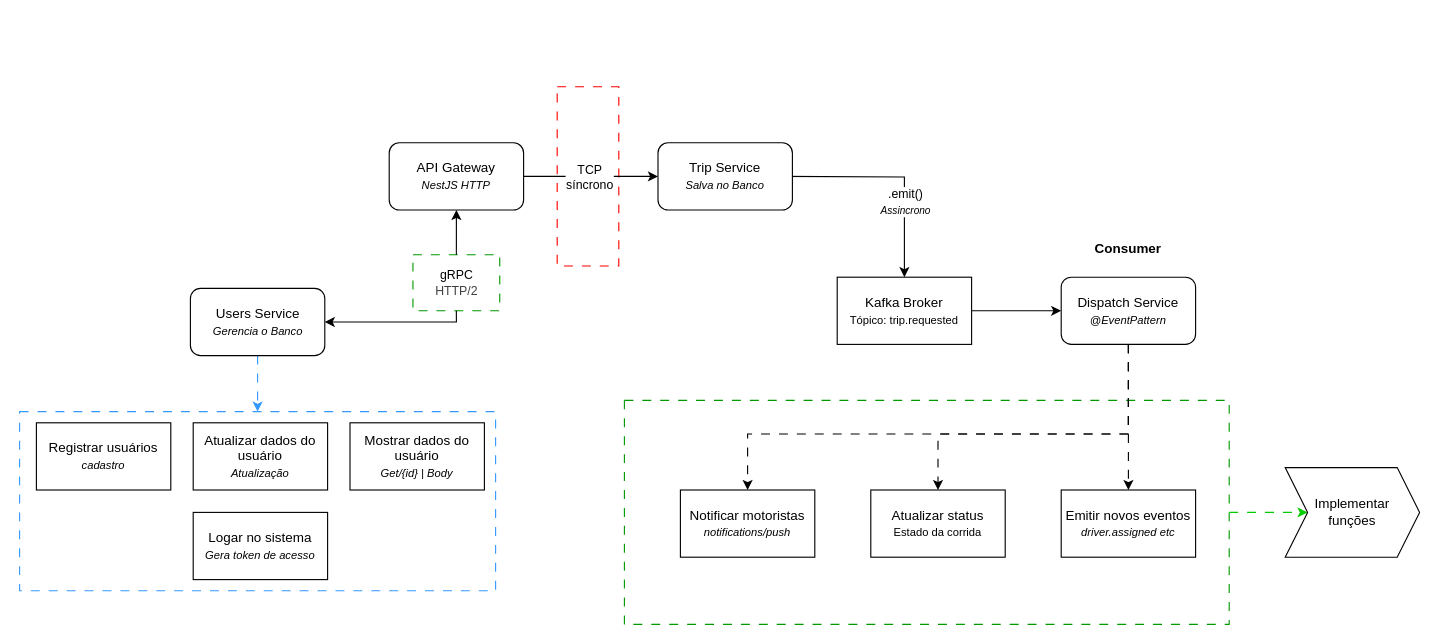
This is trip.requested.drawio from MathVans/Uber_Microsservices, a draw.io file, before an edit. Source tidied: cells renumbered, new cells numbered last; positions are measured from the earlier drawing's top-left corner, leaving out a move shared by most shapes. Both pictures are drawn from the tidied source at 112%, with x=0, y=0 at pixel (19, 86).
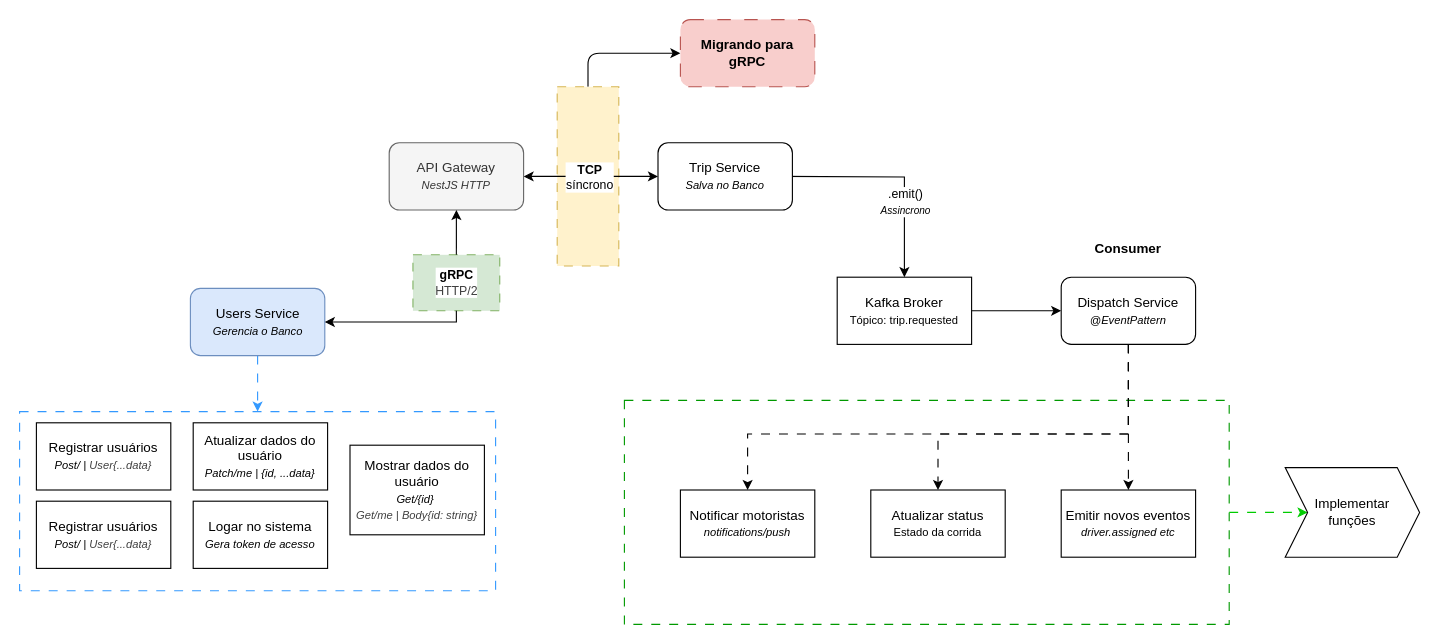
Above is the later version.

Commit message:
refactor(trip): atualizar diagrama para refletir mudanças na migração para gRPC

The change refers to these unchanged cells:
```xml
<mxCell id="13" value="Trip Service&lt;div&gt;&lt;i&gt;&lt;font style=&quot;font-size: 10px;&quot;&gt;Salva no Banco&lt;/font&gt;&lt;/i&gt;&lt;/div&gt;" style="rounded=1;whiteSpace=wrap;html=1;" parent="1" vertex="1">
  <mxGeometry x="570" y="50" width="120" height="60" as="geometry" />
</mxCell>
```

The edit, as a diff of the source:
```diff
@@
-    <mxCell id="2" style="rounded=0;whiteSpace=wrap;html=1;fillColor=none;dashed=1;dashPattern=8 8;shadow=0;glass=0;perimeterSpacing=0;strokeColor=light-dark(#009900,#FF0000);" parent="1" vertex="1">
+    <mxCell id="2" style="rounded=0;whiteSpace=wrap;html=1;fillColor=#d5e8d4;dashed=1;dashPattern=8 8;shadow=0;glass=0;perimeterSpacing=0;strokeColor=#82b366;" parent="1" vertex="1">
       <mxGeometry x="351.2" y="150" width="77.5" height="50" as="geometry" />
     </mxCell>
@@
+    <mxCell id="32" style="edgeStyle=orthogonalEdgeStyle;html=1;exitX=0.5;exitY=0;exitDx=0;exitDy=0;" parent="1" edge="1" source="4" target="33">
+      <mxGeometry relative="1" as="geometry" />
+    </mxCell>
-    <mxCell id="4" style="rounded=0;whiteSpace=wrap;html=1;fillColor=none;dashed=1;dashPattern=8 8;shadow=0;glass=0;perimeterSpacing=0;strokeColor=light-dark(#FF0000,#FF0000);" parent="1" vertex="1">
+    <mxCell id="4" style="rounded=0;whiteSpace=wrap;html=1;fillColor=#fff2cc;dashed=1;dashPattern=8 8;shadow=0;glass=0;perimeterSpacing=0;strokeColor=#d6b656;" parent="1" vertex="1">
       <mxGeometry x="480" width="55" height="160" as="geometry" />
     </mxCell>
@@
-    <mxCell id="6" style="edgeStyle=orthogonalEdgeStyle;rounded=0;jettySize=auto;html=1;exitX=1;exitY=0.5;exitDx=0;exitDy=0;entryX=0;entryY=0.5;entryDx=0;entryDy=0;" parent="1" edge="1" source="8" target="13">
+    <mxCell id="6" style="edgeStyle=orthogonalEdgeStyle;rounded=0;jettySize=auto;html=1;exitX=1;exitY=0.5;exitDx=0;exitDy=0;entryX=0;entryY=0.5;entryDx=0;entryDy=0;startArrow=classic;startFill=1;" parent="1" edge="1" source="8" target="13">
       <mxGeometry relative="1" as="geometry" />
     </mxCell>
-    <mxCell id="7" value="TCP&lt;div&gt;síncrono&lt;/div&gt;" style="edgeLabel;html=1;align=center;verticalAlign=middle;" parent="6" vertex="1">
+    <mxCell id="7" value="&lt;b&gt;TCP&lt;/b&gt;&lt;div&gt;síncrono&lt;/div&gt;" style="edgeLabel;html=1;align=center;verticalAlign=middle;" parent="6" vertex="1">
       <mxGeometry x="-0.03" relative="1" as="geometry" />
     </mxCell>
-    <mxCell id="8" value="API Gateway&lt;div&gt;&lt;i&gt;&lt;font style=&quot;font-size: 10px;&quot;&gt;NestJS HTTP&lt;/font&gt;&lt;/i&gt;&lt;/div&gt;" style="rounded=1;whiteSpace=wrap;html=1;" parent="1" vertex="1">
+    <mxCell id="8" value="API Gateway&lt;div&gt;&lt;i&gt;&lt;font style=&quot;font-size: 10px;&quot;&gt;NestJS HTTP&lt;/font&gt;&lt;/i&gt;&lt;/div&gt;" style="rounded=1;whiteSpace=wrap;html=1;fillColor=#f5f5f5;fontColor=#333333;strokeColor=#666666;" parent="1" vertex="1">
       <mxGeometry x="330" y="50" width="120" height="60" as="geometry" />
     </mxCell>
@@
-    <mxCell id="25" value="Users Service&lt;div&gt;&lt;i&gt;&lt;font style=&quot;font-size: 10px;&quot;&gt;Gerencia o Banco&lt;/font&gt;&lt;/i&gt;&lt;/div&gt;" style="rounded=1;whiteSpace=wrap;html=1;" parent="1" vertex="1">
+    <mxCell id="25" value="Users Service&lt;div&gt;&lt;i&gt;&lt;font style=&quot;font-size: 10px;&quot;&gt;Gerencia o Banco&lt;/font&gt;&lt;/i&gt;&lt;/div&gt;" style="rounded=1;whiteSpace=wrap;html=1;fillColor=#dae8fc;strokeColor=#6c8ebf;" parent="1" vertex="1">
       <mxGeometry x="152.5" y="180" width="120" height="60" as="geometry" />
     </mxCell>
-    <mxCell id="26" value="gRPC&lt;br&gt;&lt;div style=&quot;forced-color-adjust: none; color: rgb(63, 63, 63); scrollbar-color: rgb(226, 226, 226) rgb(251, 251, 251); font-family: Helvetica; font-size: 11px; font-style: normal; font-variant-ligatures: normal; font-variant-caps: normal; font-weight: 400; letter-spacing: normal; orphans: 2; text-align: center; text-indent: 0px; text-transform: none; widows: 2; word-spacing: 0px; -webkit-text-stroke-width: 0px; white-space: nowrap; text-decoration-thickness: initial; text-decoration-style: initial; text-decoration-color: initial;&quot;&gt;HTTP/2&lt;/div&gt;" style="endArrow=classic;html=1;exitX=0.5;exitY=1;exitDx=0;exitDy=0;entryX=1;entryY=0.5;entryDx=0;entryDy=0;edgeStyle=orthogonalEdgeStyle;elbow=horizontal;rounded=0;" parent="1" edge="1" source="2" target="25">
+    <mxCell id="26" value="&lt;b&gt;gRPC&lt;br&gt;&lt;/b&gt;&lt;div style=&quot;forced-color-adjust: none; color: rgb(63, 63, 63); scrollbar-color: rgb(226, 226, 226) rgb(251, 251, 251); font-family: Helvetica; font-size: 11px; font-style: normal; font-variant-ligatures: normal; font-variant-caps: normal; font-weight: 400; letter-spacing: normal; orphans: 2; text-align: center; text-indent: 0px; text-transform: none; widows: 2; word-spacing: 0px; -webkit-text-stroke-width: 0px; white-space: nowrap; text-decoration-thickness: initial; text-decoration-style: initial; text-decoration-color: initial;&quot;&gt;HTTP/2&lt;/div&gt;" style="endArrow=classic;html=1;exitX=0.5;exitY=1;exitDx=0;exitDy=0;entryX=1;entryY=0.5;entryDx=0;entryDy=0;edgeStyle=orthogonalEdgeStyle;elbow=horizontal;rounded=0;" parent="1" edge="1" source="2" target="25">
       <mxGeometry x="-1" y="25" relative="1" as="geometry">
         <mxPoint x="-25" y="-25" as="offset" />
       </mxGeometry>
     </mxCell>
-    <mxCell id="27" value="Registrar usuários&lt;br&gt;&lt;div&gt;&lt;i&gt;&lt;font style=&quot;font-size: 10px;&quot;&gt;cadastro&lt;/font&gt;&lt;/i&gt;&lt;/div&gt;" style="rounded=0;whiteSpace=wrap;html=1;" parent="1" vertex="1">
+    <mxCell id="27" value="Registrar usuários&lt;br&gt;&lt;div&gt;&lt;i&gt;&lt;font style=&quot;font-size: 10px;&quot;&gt;Post/ |&amp;nbsp;&lt;/font&gt;&lt;/i&gt;&lt;i style=&quot;background-color: transparent; color: rgb(63, 63, 63); scrollbar-color: rgb(226, 226, 226) rgb(251, 251, 251);&quot;&gt;&lt;font style=&quot;color: rgb(63, 63, 63); scrollbar-color: rgb(226, 226, 226) rgb(251, 251, 251); font-size: 10px;&quot;&gt;User&lt;/font&gt;&lt;/i&gt;&lt;i style=&quot;color: rgb(63, 63, 63); background-color: transparent;&quot;&gt;&lt;font style=&quot;font-size: 10px;&quot;&gt;{...data}&lt;/font&gt;&lt;/i&gt;&lt;/div&gt;" style="rounded=0;whiteSpace=wrap;html=1;" parent="1" vertex="1">
       <mxGeometry x="15" y="300" width="120" height="60" as="geometry" />
     </mxCell>
     <mxCell id="28" value="Logar no sistema&lt;br&gt;&lt;div&gt;&lt;span style=&quot;font-size: 10px;&quot;&gt;&lt;i&gt;Gera token de acesso&lt;/i&gt;&lt;/span&gt;&lt;/div&gt;" style="rounded=0;whiteSpace=wrap;html=1;" parent="1" vertex="1">
-      <mxGeometry x="155" y="380" width="120" height="60" as="geometry" />
+      <mxGeometry x="155" y="370" width="120" height="60" as="geometry" />
     </mxCell>
-    <mxCell id="29" value="Mostrar dados do usuário&lt;br&gt;&lt;div&gt;&lt;span style=&quot;font-size: 10px;&quot;&gt;&lt;i&gt;Get/{id} | Body&lt;/i&gt;&lt;/span&gt;&lt;/div&gt;" style="rounded=0;whiteSpace=wrap;html=1;" parent="1" vertex="1">
-      <mxGeometry x="295" y="300" width="120" height="60" as="geometry" />
+    <mxCell id="29" value="Mostrar dados do usuário&lt;br&gt;&lt;div&gt;&lt;span style=&quot;font-size: 10px;&quot;&gt;&lt;i&gt;Get/{id}&amp;nbsp;&lt;/i&gt;&lt;/span&gt;&lt;/div&gt;&lt;div&gt;&lt;i style=&quot;color: rgb(63, 63, 63); scrollbar-color: rgb(226, 226, 226) rgb(251, 251, 251); font-size: 10px;&quot;&gt;Get/me | Body{id: string}&lt;/i&gt;&lt;/div&gt;" style="rounded=0;whiteSpace=wrap;html=1;" parent="1" vertex="1">
+      <mxGeometry x="295" y="320" width="120" height="80" as="geometry" />
     </mxCell>
-    <mxCell id="30" value="Atualizar dados do usuário&lt;br&gt;&lt;div&gt;&lt;span style=&quot;font-size: 10px;&quot;&gt;&lt;i&gt;Atualização&lt;/i&gt;&lt;/span&gt;&lt;/div&gt;" style="rounded=0;whiteSpace=wrap;html=1;" parent="1" vertex="1">
+    <mxCell id="30" value="Atualizar dados do usuário&lt;br&gt;&lt;div&gt;&lt;span style=&quot;font-size: 10px;&quot;&gt;&lt;i&gt;Patch/me | {id, ...data}&lt;/i&gt;&lt;/span&gt;&lt;/div&gt;" style="rounded=0;whiteSpace=wrap;html=1;" parent="1" vertex="1">
       <mxGeometry x="155" y="300" width="120" height="60" as="geometry" />
     </mxCell>
@@
+    <mxCell id="33" value="&lt;b&gt;Migrando para gRPC&lt;/b&gt;" style="rounded=1;whiteSpace=wrap;html=1;fillColor=#f8cecc;strokeColor=#b85450;dashed=1;dashPattern=12 12;" parent="1" vertex="1">
+      <mxGeometry x="590" y="-60" width="120" height="60" as="geometry" />
+    </mxCell>
+    <mxCell id="34" value="Registrar usuários&lt;br&gt;&lt;div&gt;&lt;i&gt;&lt;font style=&quot;font-size: 10px;&quot;&gt;Post/ |&amp;nbsp;&lt;/font&gt;&lt;/i&gt;&lt;i style=&quot;background-color: transparent; color: rgb(63, 63, 63); scrollbar-color: rgb(226, 226, 226) rgb(251, 251, 251);&quot;&gt;&lt;font style=&quot;color: rgb(63, 63, 63); scrollbar-color: rgb(226, 226, 226) rgb(251, 251, 251); font-size: 10px;&quot;&gt;User&lt;/font&gt;&lt;/i&gt;&lt;i style=&quot;color: rgb(63, 63, 63); background-color: transparent;&quot;&gt;&lt;font style=&quot;font-size: 10px;&quot;&gt;{...data}&lt;/font&gt;&lt;/i&gt;&lt;/div&gt;" style="rounded=0;whiteSpace=wrap;html=1;" parent="1" vertex="1">
+      <mxGeometry x="15" y="370" width="120" height="60" as="geometry" />
+    </mxCell>
```
